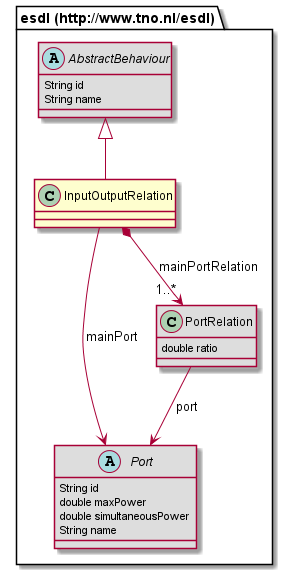
EnergyTransition/energytransition.github.io keeps this PlantUML diagram as 687474703a2f2f7777772e746e6f2e6e6c2f6573646c/InputOutputRelation.png. Above is the earlier version. Source of this version:
```plantuml
@startuml
class "esdl (http://www.tno.nl/esdl).InputOutputRelation" [[#router/doc-content/687474703a2f2f7777772e746e6f2e6e6c2f6573646c/InputOutputRelation.html{Describes the relation between one of the ports of an asset (the mainPort) and all other ports using a specific ratio. }]] {
}
abstract class "esdl (http://www.tno.nl/esdl).Port" [[#router/doc-content/687474703a2f2f7777772e746e6f2e6e6c2f6573646c/Port.html{Ports allow connections between EnergyAssets. }]] #DDDDDD {
	String id
	double maxPower
	double simultaneousPower
	String name
}
class "esdl (http://www.tno.nl/esdl).PortRelation" [[#router/doc-content/687474703a2f2f7777772e746e6f2e6e6c2f6573646c/PortRelation.html{Specifies the relation between a port and the main port using a specific ratio.}]] #DDDDDD {
	double ratio
}
abstract class "esdl (http://www.tno.nl/esdl).AbstractBehaviour" [[#router/doc-content/687474703a2f2f7777772e746e6f2e6e6c2f6573646c/AbstractBehaviour.html{Abstract class for specification of the (dynamic) behaviour of an asset}]] #DDDDDD {
	String id
	String name
}
"esdl (http://www.tno.nl/esdl).AbstractBehaviour" <|-- "esdl (http://www.tno.nl/esdl).InputOutputRelation"
"esdl (http://www.tno.nl/esdl).PortRelation" --> "esdl (http://www.tno.nl/esdl).Port" : port
"esdl (http://www.tno.nl/esdl).InputOutputRelation" *--> "1..*" "esdl (http://www.tno.nl/esdl).PortRelation" : mainPortRelation
"esdl (http://www.tno.nl/esdl).InputOutputRelation" --> "esdl (http://www.tno.nl/esdl).Port" : mainPort
@enduml
```
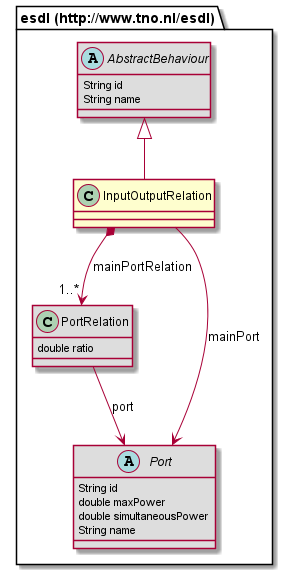
After the change.

Diff of the diagram source:
```diff
@@ -1,11 +1,5 @@
 @startuml
 class "esdl (http://www.tno.nl/esdl).InputOutputRelation" [[#router/doc-content/687474703a2f2f7777772e746e6f2e6e6c2f6573646c/InputOutputRelation.html{Describes the relation between one of the ports of an asset (the mainPort) and all other ports using a specific ratio. }]] {
-}
-abstract class "esdl (http://www.tno.nl/esdl).Port" [[#router/doc-content/687474703a2f2f7777772e746e6f2e6e6c2f6573646c/Port.html{Ports allow connections between EnergyAssets. }]] #DDDDDD {
-	String id
-	double maxPower
-	double simultaneousPower
-	String name
 }
 class "esdl (http://www.tno.nl/esdl).PortRelation" [[#router/doc-content/687474703a2f2f7777772e746e6f2e6e6c2f6573646c/PortRelation.html{Specifies the relation between a port and the main port using a specific ratio.}]] #DDDDDD {
 	double ratio
@@ -14,8 +8,14 @@
 	String id
 	String name
 }
+abstract class "esdl (http://www.tno.nl/esdl).Port" [[#router/doc-content/687474703a2f2f7777772e746e6f2e6e6c2f6573646c/Port.html{Ports allow connections between EnergyAssets. }]] #DDDDDD {
+	String id
+	double maxPower
+	double simultaneousPower
+	String name
+}
 "esdl (http://www.tno.nl/esdl).AbstractBehaviour" <|-- "esdl (http://www.tno.nl/esdl).InputOutputRelation"
-"esdl (http://www.tno.nl/esdl).PortRelation" --> "esdl (http://www.tno.nl/esdl).Port" : port
 "esdl (http://www.tno.nl/esdl).InputOutputRelation" *--> "1..*" "esdl (http://www.tno.nl/esdl).PortRelation" : mainPortRelation
 "esdl (http://www.tno.nl/esdl).InputOutputRelation" --> "esdl (http://www.tno.nl/esdl).Port" : mainPort
+"esdl (http://www.tno.nl/esdl).PortRelation" --> "esdl (http://www.tno.nl/esdl).Port" : port
 @enduml
```
